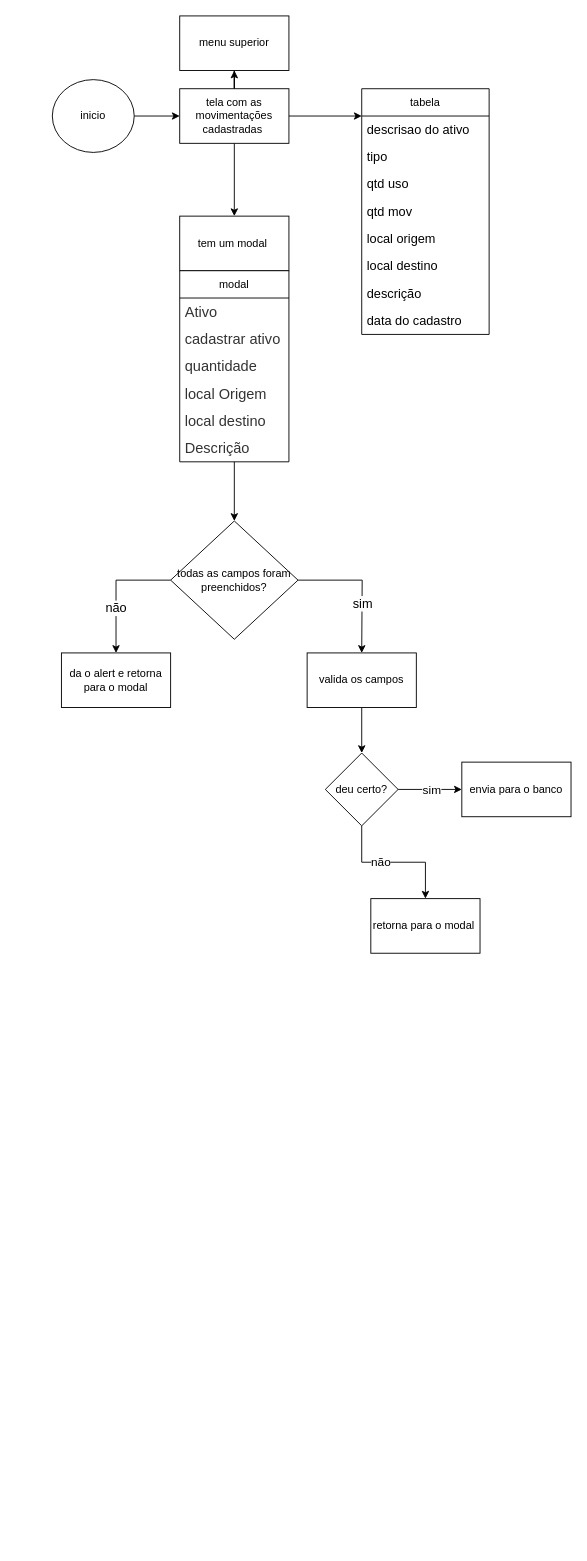
Samuel-Goulart/cadastro.ativos keeps this draw.io diagram as fluxogramas/movimentaçoes.drawio. Above is the earlier version. Source tidied: cells renumbered, new cells numbered last; positions are measured from the earlier drawing's top-left corner, leaving out a move shared by most shapes. Both pictures are drawn from the tidied source at 91%, with x=0, y=0 at pixel (52, 15).
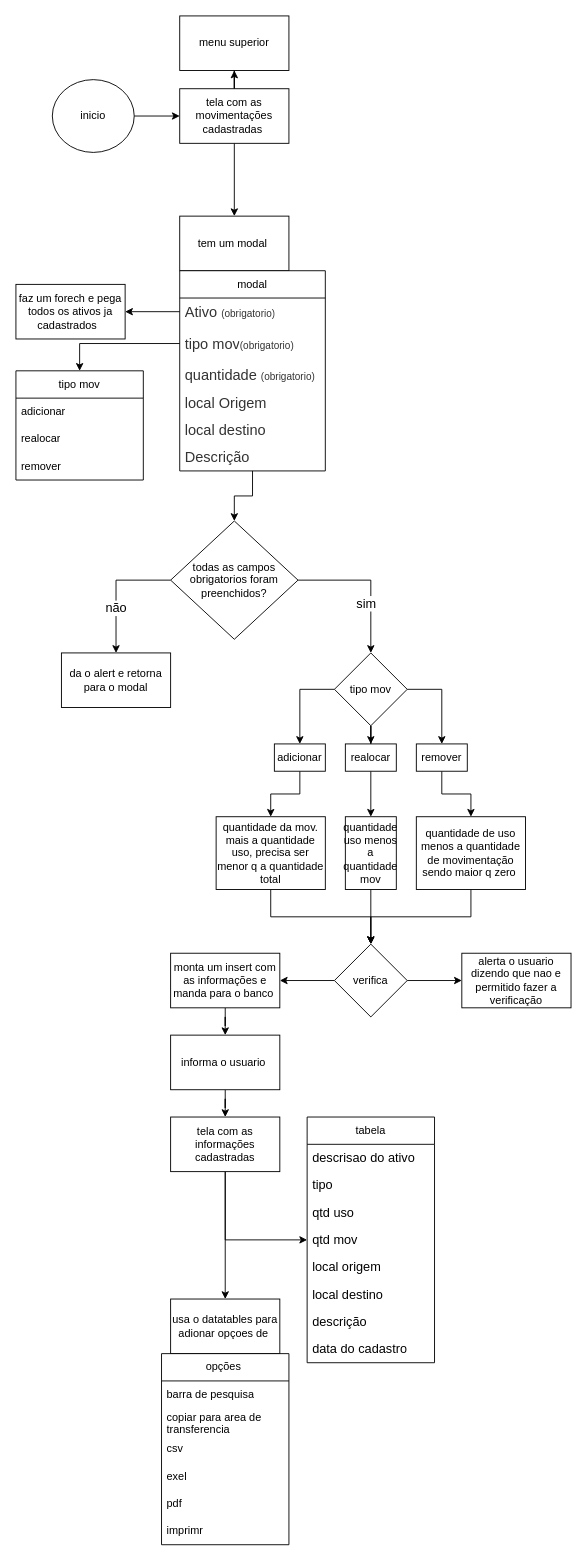
After the change.

The change refers to these unchanged cells:
```xml
<mxCell id="6" value="tela com as movimentações cadastradas&amp;nbsp;" style="rounded=0;whiteSpace=wrap;html=1;" parent="1" vertex="1">
  <mxGeometry x="140" y="80" width="120" height="60" as="geometry" />
</mxCell>
<mxCell id="20" value="&lt;span style=&quot;font-family: Arial, sans-serif; font-size: 14px;&quot;&gt;qtd mov&lt;/span&gt;" style="text;strokeColor=none;fillColor=none;align=left;verticalAlign=middle;spacingLeft=4;spacingRight=4;overflow=hidden;points=[[0,0.5],[1,0.5]];portConstraint=eastwest;whiteSpace=wrap;html=1;" parent="16" vertex="1">
  <mxGeometry y="120" width="140" height="30" as="geometry" />
</mxCell>
```

What changed in the source:
```diff
@@
     <mxCell id="9" value="modal" style="swimlane;fontStyle=0;horizontal=1;startSize=30;whiteSpace=wrap;html=1;" parent="1" vertex="1">
-      <mxGeometry x="140" y="280" width="120" height="210" as="geometry" />
+      <mxGeometry x="140" y="280" width="160" height="220" as="geometry" />
     </mxCell>
-    <mxCell id="10" value="&lt;span style=&quot;color: rgb(51, 51, 51); font-family: Arial, sans-serif; font-size: 16px; background-color: rgb(255, 255, 255);&quot;&gt;Ativo&lt;/span&gt;" style="text;strokeColor=none;fillColor=none;align=left;verticalAlign=middle;spacingLeft=4;spacingRight=4;overflow=hidden;points=[[0,0.5],[1,0.5]];portConstraint=eastwest;whiteSpace=wrap;html=1;" parent="9" vertex="1">
-      <mxGeometry y="30" width="120" height="30" as="geometry" />
+    <mxCell id="10" value="&lt;span style=&quot;color: rgb(51, 51, 51); font-family: Arial, sans-serif; font-size: 16px; background-color: rgb(255, 255, 255);&quot;&gt;Ativo &lt;/span&gt;&lt;span style=&quot;color: rgb(51, 51, 51); font-family: Arial, sans-serif; background-color: rgb(255, 255, 255);&quot;&gt;&lt;font style=&quot;font-size: 11px;&quot;&gt;(obrigatorio)&lt;/font&gt;&lt;/span&gt;" style="text;strokeColor=none;fillColor=none;align=left;verticalAlign=middle;spacingLeft=4;spacingRight=4;overflow=hidden;points=[[0,0.5],[1,0.5]];portConstraint=eastwest;whiteSpace=wrap;html=1;" parent="9" vertex="1">
+      <mxGeometry y="30" width="160" height="30" as="geometry" />
     </mxCell>
-    <mxCell id="11" value="&lt;span style=&quot;color: rgb(51, 51, 51); font-family: Arial, sans-serif; font-size: 16px; background-color: rgb(255, 255, 255);&quot;&gt;cadastrar ativo&lt;/span&gt;" style="text;strokeColor=none;fillColor=none;align=left;verticalAlign=middle;spacingLeft=4;spacingRight=4;overflow=hidden;points=[[0,0.5],[1,0.5]];portConstraint=eastwest;whiteSpace=wrap;html=1;" parent="9" vertex="1">
-      <mxGeometry y="60" width="120" height="30" as="geometry" />
+    <mxCell id="11" value="&lt;span style=&quot;color: rgb(51, 51, 51); font-family: Arial, sans-serif; background-color: rgb(255, 255, 255); font-size: 16px;&quot;&gt;tipo mov&lt;/span&gt;&lt;span style=&quot;color: rgb(51, 51, 51); font-family: Arial, sans-serif; font-size: 11px; background-color: rgb(255, 255, 255);&quot;&gt;(obrigatorio)&lt;/span&gt;" style="text;strokeColor=none;fillColor=none;align=left;verticalAlign=middle;spacingLeft=4;spacingRight=4;overflow=hidden;points=[[0,0.5],[1,0.5]];portConstraint=eastwest;whiteSpace=wrap;html=1;" parent="9" vertex="1">
+      <mxGeometry y="60" width="160" height="40" as="geometry" />
     </mxCell>
-    <mxCell id="12" value="&lt;span style=&quot;color: rgb(51, 51, 51); font-family: Arial, sans-serif; font-size: 16px; background-color: rgb(255, 255, 255);&quot;&gt;quantidade&lt;/span&gt;" style="text;strokeColor=none;fillColor=none;align=left;verticalAlign=middle;spacingLeft=4;spacingRight=4;overflow=hidden;whiteSpace=wrap;html=1;" parent="9" vertex="1">
-      <mxGeometry y="90" width="120" height="30" as="geometry" />
+    <mxCell id="12" value="&lt;span style=&quot;color: rgb(51, 51, 51); font-family: Arial, sans-serif; font-size: 16px; background-color: rgb(255, 255, 255);&quot;&gt;quantidade&amp;nbsp;&lt;/span&gt;&lt;span style=&quot;color: rgb(51, 51, 51); font-family: Arial, sans-serif; font-size: 11px; background-color: rgb(255, 255, 255);&quot;&gt;(obrigatorio)&amp;nbsp;&lt;/span&gt;" style="text;strokeColor=none;fillColor=none;align=left;verticalAlign=middle;spacingLeft=4;spacingRight=4;overflow=hidden;whiteSpace=wrap;html=1;" parent="9" vertex="1">
+      <mxGeometry y="100" width="160" height="30" as="geometry" />
     </mxCell>
     <mxCell id="13" value="&lt;span style=&quot;color: rgb(51, 51, 51); font-family: Arial, sans-serif; font-size: 16px; background-color: rgb(255, 255, 255);&quot;&gt;local Origem&lt;/span&gt;" style="text;strokeColor=none;fillColor=none;align=left;verticalAlign=middle;spacingLeft=4;spacingRight=4;overflow=hidden;whiteSpace=wrap;html=1;" parent="9" vertex="1">
-      <mxGeometry y="120" width="120" height="30" as="geometry" />
+      <mxGeometry y="130" width="160" height="30" as="geometry" />
     </mxCell>
     <mxCell id="14" value="&lt;span style=&quot;color: rgb(51, 51, 51); font-family: Arial, sans-serif; font-size: 16px; background-color: rgb(255, 255, 255);&quot;&gt;local destino&lt;/span&gt;" style="text;strokeColor=none;fillColor=none;align=left;verticalAlign=middle;spacingLeft=4;spacingRight=4;overflow=hidden;whiteSpace=wrap;html=1;" parent="9" vertex="1">
-      <mxGeometry y="150" width="120" height="30" as="geometry" />
+      <mxGeometry y="160" width="160" height="30" as="geometry" />
     </mxCell>
     <mxCell id="15" value="&lt;span style=&quot;color: rgb(51, 51, 51); font-family: Arial, sans-serif; font-size: 16px; background-color: rgb(255, 255, 255);&quot;&gt;Descrição&lt;/span&gt;" style="text;strokeColor=none;fillColor=none;align=left;verticalAlign=middle;spacingLeft=4;spacingRight=4;overflow=hidden;whiteSpace=wrap;html=1;" parent="9" vertex="1">
-      <mxGeometry y="180" width="120" height="30" as="geometry" />
+      <mxGeometry y="190" width="160" height="30" as="geometry" />
     </mxCell>
     <mxCell id="16" value="tabela" style="swimlane;fontStyle=0;horizontal=1;startSize=30;whiteSpace=wrap;html=1;" parent="1" vertex="1">
-      <mxGeometry x="340" y="80" width="140" height="270" as="geometry" />
+      <mxGeometry x="280" y="1210" width="140" height="270" as="geometry" />
     </mxCell>
@@
-    <mxCell id="25" style="edgeStyle=orthogonalEdgeStyle;rounded=0;jettySize=auto;html=1;" parent="1" edge="1" source="6">
-      <mxGeometry relative="1" as="geometry">
-        <mxPoint x="340" y="110" as="targetPoint" />
-        <Array as="points">
-          <mxPoint x="340" y="110" />
-        </Array>
-      </mxGeometry>
-    </mxCell>
@@
-    <mxCell id="27" style="edgeStyle=orthogonalEdgeStyle;rounded=0;jettySize=auto;html=1;entryX=0.5;entryY=0;entryDx=0;entryDy=0;" parent="1" edge="1" source="31">
-      <mxGeometry relative="1" as="geometry">
-        <mxPoint x="340" y="700" as="targetPoint" />
-      </mxGeometry>
+    <mxCell id="27" style="edgeStyle=orthogonalEdgeStyle;rounded=0;jettySize=auto;html=1;entryX=0.5;entryY=0;entryDx=0;entryDy=0;" parent="1" edge="1" source="31" target="39">
+      <mxGeometry relative="1" as="geometry" />
     </mxCell>
@@
-    <mxCell id="31" value="todas as campos foram preenchidos?" style="rhombus;whiteSpace=wrap;html=1;fontStyle=0;startSize=30;" parent="1" vertex="1">
+    <mxCell id="31" value="todas as campos obrigatorios foram preenchidos?" style="rhombus;whiteSpace=wrap;html=1;fontStyle=0;startSize=30;" parent="1" vertex="1">
       <mxGeometry x="130" y="555" width="140" height="130" as="geometry" />
     </mxCell>
@@
-    <mxCell id="33" style="edgeStyle=orthogonalEdgeStyle;rounded=0;jettySize=auto;html=1;" parent="1" edge="1" source="34" target="39">
-      <mxGeometry relative="1" as="geometry" />
-    </mxCell>
-    <mxCell id="34" value="valida os campos" style="rounded=0;whiteSpace=wrap;html=1;" parent="1" vertex="1">
-      <mxGeometry x="280" y="700" width="120" height="60" as="geometry" />
-    </mxCell>
-    <mxCell id="35" style="edgeStyle=orthogonalEdgeStyle;rounded=0;jettySize=auto;html=1;" parent="1" edge="1" source="39" target="40">
-      <mxGeometry relative="1" as="geometry" />
-    </mxCell>
-    <mxCell id="36" value="&lt;font style=&quot;font-size: 13px;&quot;&gt;sim&lt;/font&gt;" style="edgeLabel;html=1;align=center;verticalAlign=middle;" parent="35" vertex="1">
-      <mxGeometry x="0.03" y="-3" relative="1" as="geometry">
-        <mxPoint y="-3" as="offset" />
-      </mxGeometry>
-    </mxCell>
-    <mxCell id="37" style="edgeStyle=orthogonalEdgeStyle;rounded=0;jettySize=auto;html=1;" parent="1" edge="1" source="39" target="41">
-      <mxGeometry relative="1" as="geometry" />
-    </mxCell>
-    <mxCell id="38" value="&lt;font style=&quot;font-size: 13px;&quot;&gt;não&lt;/font&gt;" style="edgeLabel;html=1;align=center;verticalAlign=middle;" parent="37" vertex="1">
-      <mxGeometry x="-0.2" y="1" relative="1" as="geometry" />
-    </mxCell>
+    <mxCell id="42" style="edgeStyle=orthogonalEdgeStyle;rounded=0;jettySize=auto;html=1;entryX=0.5;entryY=0;entryDx=0;entryDy=0;" parent="1" edge="1" source="39" target="53">
+      <mxGeometry relative="1" as="geometry" />
+    </mxCell>
+    <mxCell id="43" style="edgeStyle=orthogonalEdgeStyle;rounded=0;jettySize=auto;html=1;entryX=0.5;entryY=0;entryDx=0;entryDy=0;" parent="1" edge="1" source="39" target="57">
+      <mxGeometry relative="1" as="geometry" />
+    </mxCell>
+    <mxCell id="44" style="edgeStyle=orthogonalEdgeStyle;rounded=0;jettySize=auto;html=1;" parent="1" edge="1" source="39" target="55">
+      <mxGeometry relative="1" as="geometry" />
+    </mxCell>
-    <mxCell id="39" value="deu certo?" style="rhombus;whiteSpace=wrap;html=1;rounded=0;" parent="1" vertex="1">
-      <mxGeometry x="300" y="810" width="80" height="80" as="geometry" />
+    <mxCell id="39" value="tipo mov" style="rhombus;whiteSpace=wrap;html=1;rounded=0;" parent="1" vertex="1">
+      <mxGeometry x="310" y="700" width="80" height="80" as="geometry" />
     </mxCell>
-    <mxCell id="40" value="envia para o banco" style="rounded=0;whiteSpace=wrap;html=1;" parent="1" vertex="1">
-      <mxGeometry x="450" y="820" width="120" height="60" as="geometry" />
-    </mxCell>
-    <mxCell id="41" value="retorna para o modal&amp;nbsp;" style="whiteSpace=wrap;html=1;rounded=0;" parent="1" vertex="1">
-      <mxGeometry x="350" y="970" width="120" height="60" as="geometry" />
-    </mxCell>
+    <mxCell id="45" value="faz um forech e pega todos os ativos ja cadastrados&amp;nbsp;&amp;nbsp;" style="rounded=0;whiteSpace=wrap;html=1;" parent="1" vertex="1">
+      <mxGeometry x="-40" y="295" width="120" height="60" as="geometry" />
+    </mxCell>
+    <mxCell id="46" style="edgeStyle=orthogonalEdgeStyle;rounded=0;jettySize=auto;html=1;" parent="1" edge="1" source="10" target="45">
+      <mxGeometry relative="1" as="geometry" />
+    </mxCell>
+    <mxCell id="47" value="tipo mov" style="swimlane;fontStyle=0;horizontal=1;startSize=30;whiteSpace=wrap;html=1;" parent="1" vertex="1">
+      <mxGeometry x="-40" y="390" width="140" height="120" as="geometry" />
+    </mxCell>
+    <mxCell id="48" value="adicionar" style="text;strokeColor=none;fillColor=none;align=left;verticalAlign=middle;spacingLeft=4;spacingRight=4;overflow=hidden;whiteSpace=wrap;html=1;" parent="47" vertex="1">
+      <mxGeometry y="30" width="140" height="30" as="geometry" />
+    </mxCell>
+    <mxCell id="49" value="realocar" style="text;strokeColor=none;fillColor=none;align=left;verticalAlign=middle;spacingLeft=4;spacingRight=4;overflow=hidden;whiteSpace=wrap;html=1;" parent="47" vertex="1">
+      <mxGeometry y="60" width="140" height="30" as="geometry" />
+    </mxCell>
+    <mxCell id="50" value="remover" style="text;strokeColor=none;fillColor=none;align=left;verticalAlign=middle;spacingLeft=4;spacingRight=4;overflow=hidden;whiteSpace=wrap;html=1;" parent="47" vertex="1">
+      <mxGeometry y="90" width="140" height="30" as="geometry" />
+    </mxCell>
+    <mxCell id="51" style="edgeStyle=orthogonalEdgeStyle;rounded=0;jettySize=auto;html=1;entryX=0.5;entryY=0;entryDx=0;entryDy=0;" parent="1" edge="1" source="11" target="47">
+      <mxGeometry relative="1" as="geometry" />
+    </mxCell>
+    <mxCell id="52" style="edgeStyle=orthogonalEdgeStyle;rounded=0;jettySize=auto;html=1;" parent="1" edge="1" source="53" target="59">
+      <mxGeometry relative="1" as="geometry" />
+    </mxCell>
+    <mxCell id="53" value="adicionar" style="rounded=0;whiteSpace=wrap;html=1;" parent="1" vertex="1">
+      <mxGeometry x="244" y="800" width="56" height="30" as="geometry" />
+    </mxCell>
+    <mxCell id="54" style="edgeStyle=orthogonalEdgeStyle;rounded=0;jettySize=auto;html=1;" parent="1" edge="1" source="55" target="61">
+      <mxGeometry relative="1" as="geometry" />
+    </mxCell>
+    <mxCell id="55" value="realocar" style="rounded=0;whiteSpace=wrap;html=1;" parent="1" vertex="1">
+      <mxGeometry x="322" y="800" width="56" height="30" as="geometry" />
+    </mxCell>
+    <mxCell id="56" style="edgeStyle=orthogonalEdgeStyle;rounded=0;jettySize=auto;html=1;entryX=0.5;entryY=0;entryDx=0;entryDy=0;" parent="1" edge="1" source="57" target="63">
+      <mxGeometry relative="1" as="geometry" />
+    </mxCell>
+    <mxCell id="57" value="remover" style="rounded=0;whiteSpace=wrap;html=1;" parent="1" vertex="1">
+      <mxGeometry x="400" y="800" width="56" height="30" as="geometry" />
+    </mxCell>
+    <mxCell id="58" style="edgeStyle=orthogonalEdgeStyle;rounded=0;jettySize=auto;html=1;entryX=0.5;entryY=0;entryDx=0;entryDy=0;exitX=0.5;exitY=1;exitDx=0;exitDy=0;" parent="1" edge="1" source="59" target="66">
+      <mxGeometry relative="1" as="geometry" />
+    </mxCell>
+    <mxCell id="59" value="quantidade da mov. mais a quantidade uso, precisa ser menor q a quantidade total" style="whiteSpace=wrap;html=1;rounded=0;" parent="1" vertex="1">
+      <mxGeometry x="180" y="880" width="120" height="80" as="geometry" />
+    </mxCell>
+    <mxCell id="60" style="edgeStyle=orthogonalEdgeStyle;rounded=0;jettySize=auto;html=1;" parent="1" edge="1" source="61" target="66">
+      <mxGeometry relative="1" as="geometry" />
+    </mxCell>
+    <mxCell id="61" value="quantidade uso menos a quantidade mov" style="rounded=0;whiteSpace=wrap;html=1;" parent="1" vertex="1">
+      <mxGeometry x="322" y="880" width="56" height="80" as="geometry" />
+    </mxCell>
+    <mxCell id="62" style="edgeStyle=orthogonalEdgeStyle;rounded=0;jettySize=auto;html=1;entryX=0.5;entryY=0;entryDx=0;entryDy=0;" parent="1" edge="1" source="63" target="66">
+      <mxGeometry relative="1" as="geometry">
+        <Array as="points">
+          <mxPoint x="460" y="990" />
+          <mxPoint x="350" y="990" />
+        </Array>
+      </mxGeometry>
+    </mxCell>
+    <mxCell id="63" value="quantidade de uso menos a quantidade de movimentação sendo maior q zero&amp;nbsp;" style="whiteSpace=wrap;html=1;rounded=0;" parent="1" vertex="1">
+      <mxGeometry x="400" y="880" width="120" height="80" as="geometry" />
+    </mxCell>
+    <mxCell id="64" style="edgeStyle=orthogonalEdgeStyle;rounded=0;jettySize=auto;html=1;" parent="1" edge="1" source="66" target="67">
+      <mxGeometry relative="1" as="geometry" />
+    </mxCell>
+    <mxCell id="65" style="edgeStyle=orthogonalEdgeStyle;rounded=0;jettySize=auto;html=1;" parent="1" edge="1" source="66" target="69">
+      <mxGeometry relative="1" as="geometry" />
+    </mxCell>
+    <mxCell id="66" value="verifica" style="rhombus;whiteSpace=wrap;html=1;" parent="1" vertex="1">
+      <mxGeometry x="310" y="1020" width="80" height="80" as="geometry" />
+    </mxCell>
+    <mxCell id="67" value="alerta o usuario dizendo que nao e permitido fazer a verificação" style="whiteSpace=wrap;html=1;" parent="1" vertex="1">
+      <mxGeometry x="450" y="1030" width="120" height="60" as="geometry" />
+    </mxCell>
+    <mxCell id="68" style="edgeStyle=orthogonalEdgeStyle;rounded=0;jettySize=auto;html=1;" parent="1" edge="1" source="69" target="71">
+      <mxGeometry relative="1" as="geometry" />
+    </mxCell>
+    <mxCell id="69" value="monta um insert com as informações e manda para o banco&amp;nbsp;" style="whiteSpace=wrap;html=1;" parent="1" vertex="1">
+      <mxGeometry x="130" y="1030" width="120" height="60" as="geometry" />
+    </mxCell>
+    <mxCell id="70" style="edgeStyle=orthogonalEdgeStyle;rounded=0;jettySize=auto;html=1;" parent="1" edge="1" source="71" target="74">
+      <mxGeometry relative="1" as="geometry" />
+    </mxCell>
+    <mxCell id="71" value="informa o usuario&amp;nbsp;" style="whiteSpace=wrap;html=1;" parent="1" vertex="1">
+      <mxGeometry x="130" y="1120" width="120" height="60" as="geometry" />
+    </mxCell>
+    <mxCell id="72" style="edgeStyle=orthogonalEdgeStyle;rounded=0;jettySize=auto;html=1;entryX=0;entryY=0.5;entryDx=0;entryDy=0;" parent="1" edge="1" source="74" target="20">
+      <mxGeometry relative="1" as="geometry" />
+    </mxCell>
+    <mxCell id="73" style="edgeStyle=orthogonalEdgeStyle;rounded=0;jettySize=auto;html=1;" parent="1" edge="1" source="74" target="75">
+      <mxGeometry relative="1" as="geometry" />
+    </mxCell>
+    <mxCell id="74" value="tela com as informações cadastradas" style="whiteSpace=wrap;html=1;" parent="1" vertex="1">
+      <mxGeometry x="130" y="1210" width="120" height="60" as="geometry" />
+    </mxCell>
+    <mxCell id="75" value="usa o datatables para adionar opçoes de&amp;nbsp;" style="whiteSpace=wrap;html=1;" parent="1" vertex="1">
+      <mxGeometry x="130" y="1410" width="120" height="60" as="geometry" />
+    </mxCell>
+    <mxCell id="76" value="opções&amp;nbsp;" style="swimlane;fontStyle=0;horizontal=1;startSize=30;whiteSpace=wrap;html=1;" parent="1" vertex="1">
+      <mxGeometry x="120" y="1470" width="140" height="210" as="geometry" />
+    </mxCell>
+    <mxCell id="77" value="barra de pesquisa" style="text;strokeColor=none;fillColor=none;align=left;verticalAlign=middle;spacingLeft=4;spacingRight=4;overflow=hidden;whiteSpace=wrap;html=1;" parent="76" vertex="1">
+      <mxGeometry y="30" width="140" height="30" as="geometry" />
+    </mxCell>
+    <mxCell id="78" value="copiar para area de transferencia&amp;nbsp;" style="text;strokeColor=none;fillColor=none;align=left;verticalAlign=middle;spacingLeft=4;spacingRight=4;overflow=hidden;whiteSpace=wrap;html=1;" parent="76" vertex="1">
+      <mxGeometry y="60" width="140" height="30" as="geometry" />
+    </mxCell>
+    <mxCell id="79" value="csv" style="text;strokeColor=none;fillColor=none;align=left;verticalAlign=middle;spacingLeft=4;spacingRight=4;overflow=hidden;whiteSpace=wrap;html=1;" parent="76" vertex="1">
+      <mxGeometry y="90" width="140" height="30" as="geometry" />
+    </mxCell>
+    <mxCell id="80" value="exel" style="text;strokeColor=none;fillColor=none;align=left;verticalAlign=middle;spacingLeft=4;spacingRight=4;overflow=hidden;whiteSpace=wrap;html=1;" parent="76" vertex="1">
+      <mxGeometry y="120" width="140" height="30" as="geometry" />
+    </mxCell>
+    <mxCell id="81" value="pdf" style="text;strokeColor=none;fillColor=none;align=left;verticalAlign=middle;spacingLeft=4;spacingRight=4;overflow=hidden;whiteSpace=wrap;html=1;" parent="76" vertex="1">
+      <mxGeometry y="150" width="140" height="30" as="geometry" />
+    </mxCell>
+    <mxCell id="82" value="imprimr" style="text;strokeColor=none;fillColor=none;align=left;verticalAlign=middle;spacingLeft=4;spacingRight=4;overflow=hidden;whiteSpace=wrap;html=1;" parent="76" vertex="1">
+      <mxGeometry y="180" width="140" height="30" as="geometry" />
+    </mxCell>
```
